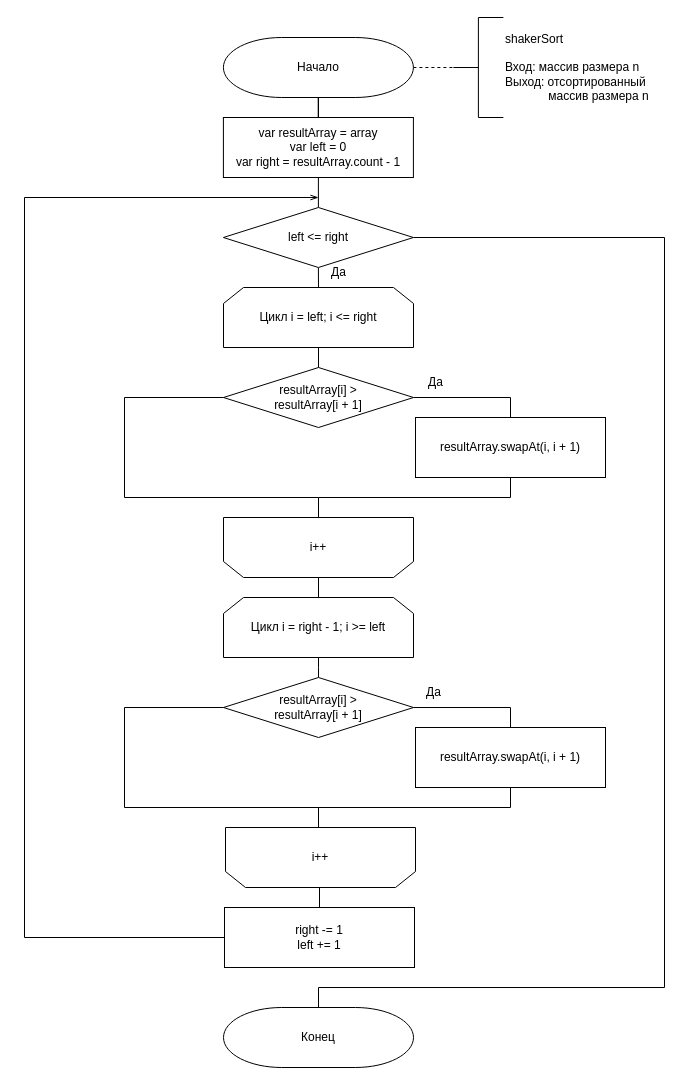
Earlier version of the draw.io diagram page "Shaker" (1 of 4) of lab_03/report/drawio/Sort.drawio (poliorang/aa_bmstu5). Source tidied: cells renumbered, new cells numbered last; positions are measured from the earlier drawing's top-left corner, leaving out a move shared by most shapes. Both pictures are drawn from the tidied source at 100%, with x=0, y=0 at pixel (24, 17).
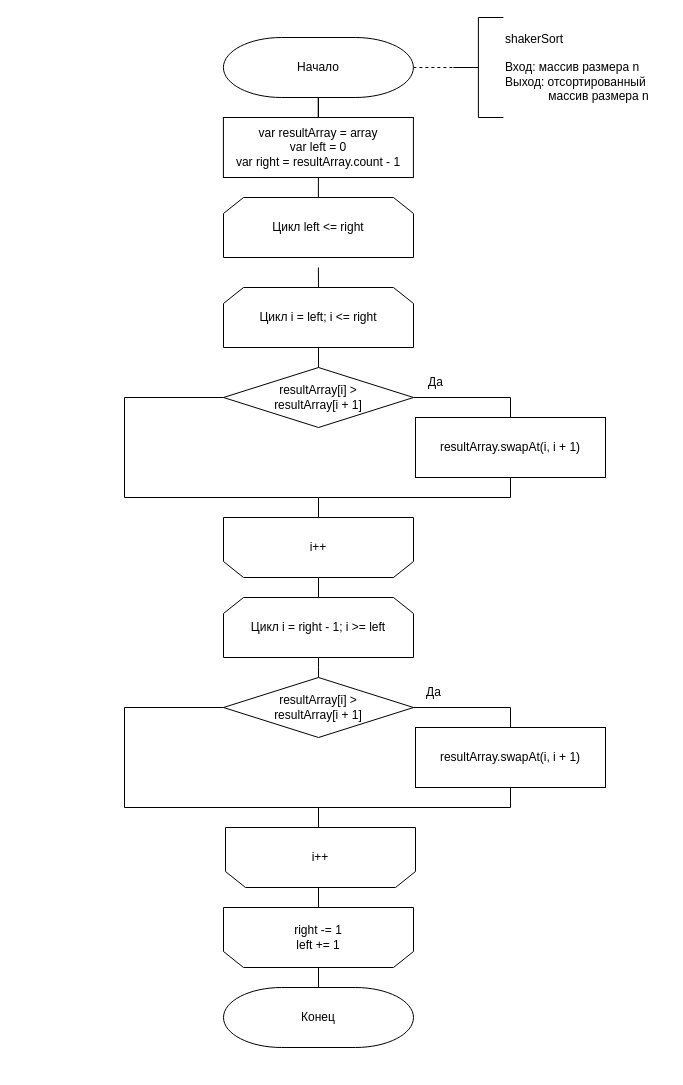
The same diagram, later.

The change refers to these unchanged cells:
```xml
<mxCell id="7" value="Цикл i = left; i &amp;lt;= right" style="shape=loopLimit;whiteSpace=wrap;html=1;strokeWidth=1;" parent="1" vertex="1">
  <mxGeometry x="199" y="270" width="190" height="60" as="geometry" />
</mxCell>
<mxCell id="14" value="&lt;span style=&quot;text-align: left;&quot; class=&quot;s1&quot;&gt;var&lt;/span&gt;&lt;span style=&quot;text-align: left;&quot;&gt;&amp;nbsp;resultArray = array&lt;/span&gt;&lt;br style=&quot;text-align: left;&quot;&gt;&lt;span style=&quot;background-color: initial; text-align: left;&quot; class=&quot;s1&quot;&gt;var&lt;/span&gt;&lt;span style=&quot;background-color: initial; text-align: left;&quot;&gt;&amp;nbsp;left =&amp;nbsp;&lt;/span&gt;&lt;span style=&quot;background-color: initial; text-align: left;&quot; class=&quot;s2&quot;&gt;0&lt;br&gt;&lt;/span&gt;&lt;span style=&quot;background-color: initial; text-align: left;&quot; class=&quot;s1&quot;&gt;var&lt;/span&gt;&lt;span style=&quot;background-color: initial; text-align: left;&quot;&gt;&amp;nbsp;right = resultArray.&lt;/span&gt;&lt;span style=&quot;background-color: initial; text-align: left;&quot; class=&quot;s3&quot;&gt;count&lt;/span&gt;&lt;span style=&quot;background-color: initial; text-align: left;&quot;&gt;&amp;nbsp;-&amp;nbsp;&lt;/span&gt;&lt;span style=&quot;background-color: initial; text-align: left;&quot; class=&quot;s2&quot;&gt;1&lt;/span&gt;" style="rounded=0;whiteSpace=wrap;html=1;strokeWidth=1;align=center;" parent="1" vertex="1">
  <mxGeometry x="198.9" y="100" width="190" height="60" as="geometry" />
</mxCell>
<mxCell id="27" value="i++" style="shape=loopLimit;whiteSpace=wrap;html=1;strokeWidth=1;direction=west;" parent="1" vertex="1">
  <mxGeometry x="201" y="810" width="190" height="60" as="geometry" />
</mxCell>
```

Change to the diagram source:
```diff
@@
     <mxCell id="12" value="Конец" style="strokeWidth=1;html=1;shape=mxgraph.flowchart.terminator;whiteSpace=wrap;" parent="1" vertex="1">
-      <mxGeometry x="199" y="990" width="190" height="60" as="geometry" />
+      <mxGeometry x="199" y="970" width="190" height="60" as="geometry" />
     </mxCell>
-    <mxCell id="13" style="edgeStyle=orthogonalEdgeStyle;rounded=0;jettySize=auto;html=1;exitX=0.5;exitY=1;exitDx=0;exitDy=0;entryX=0.5;entryY=0;entryDx=0;entryDy=0;entryPerimeter=0;endArrow=none;endFill=0;" parent="1" edge="1" source="14" target="17">
-      <mxGeometry relative="1" as="geometry" />
+    <mxCell id="13" style="edgeStyle=orthogonalEdgeStyle;rounded=0;jettySize=auto;html=1;exitX=0.5;exitY=1;exitDx=0;exitDy=0;entryX=0.5;entryY=0;entryDx=0;entryDy=0;entryPerimeter=0;endArrow=none;endFill=0;" parent="1" edge="1" source="14">
+      <mxGeometry relative="1" as="geometry">
+        <mxPoint x="293.9" y="190" as="targetPoint" />
+      </mxGeometry>
     </mxCell>
@@
-    <mxCell id="15" style="edgeStyle=orthogonalEdgeStyle;rounded=0;jettySize=auto;html=1;exitX=0.5;exitY=1;exitDx=0;exitDy=0;exitPerimeter=0;entryX=0.5;entryY=0;entryDx=0;entryDy=0;endArrow=none;endFill=0;" parent="1" edge="1" source="17" target="7">
-      <mxGeometry relative="1" as="geometry" />
+    <mxCell id="15" style="edgeStyle=orthogonalEdgeStyle;rounded=0;jettySize=auto;html=1;exitX=0.5;exitY=1;exitDx=0;exitDy=0;exitPerimeter=0;entryX=0.5;entryY=0;entryDx=0;entryDy=0;endArrow=none;endFill=0;" parent="1" edge="1" target="7">
+      <mxGeometry relative="1" as="geometry">
+        <mxPoint x="293.9" y="250" as="sourcePoint" />
+      </mxGeometry>
     </mxCell>
-    <mxCell id="16" style="edgeStyle=orthogonalEdgeStyle;rounded=0;jettySize=auto;html=1;exitX=1;exitY=0.5;exitDx=0;exitDy=0;exitPerimeter=0;entryX=0.5;entryY=0;entryDx=0;entryDy=0;entryPerimeter=0;endArrow=none;endFill=0;" parent="1" edge="1" source="17" target="12">
-      <mxGeometry relative="1" as="geometry">
-        <Array as="points">
-          <mxPoint x="640" y="220" />
-          <mxPoint x="640" y="970" />
-          <mxPoint x="294" y="970" />
-        </Array>
-      </mxGeometry>
-    </mxCell>
-    <mxCell id="17" value="&lt;span style=&quot;text-align: left;&quot;&gt;left &amp;lt;= right&lt;/span&gt;" style="strokeWidth=1;html=1;shape=mxgraph.flowchart.decision;whiteSpace=wrap;" parent="1" vertex="1">
-      <mxGeometry x="198.9" y="190" width="190" height="60" as="geometry" />
-    </mxCell>
@@
-    <mxCell id="21" value="Да" style="text;html=1;align=center;verticalAlign=middle;strokeColor=none;fillColor=none;" parent="1" vertex="1">
-      <mxGeometry x="294" y="240" width="40" height="30" as="geometry" />
-    </mxCell>
@@
-    <mxCell id="26" style="edgeStyle=orthogonalEdgeStyle;rounded=0;jettySize=auto;html=1;exitX=0.5;exitY=0;exitDx=0;exitDy=0;entryX=0.5;entryY=0;entryDx=0;entryDy=0;endArrow=none;endFill=0;" parent="1" edge="1" source="27" target="32">
+    <mxCell id="26" style="edgeStyle=orthogonalEdgeStyle;rounded=0;jettySize=auto;html=1;exitX=0.5;exitY=0;exitDx=0;exitDy=0;entryX=0.5;entryY=1;entryDx=0;entryDy=0;endArrow=none;endFill=0;" parent="1" edge="1" source="27" target="32">
       <mxGeometry relative="1" as="geometry" />
     </mxCell>
@@
-    <mxCell id="31" style="edgeStyle=orthogonalEdgeStyle;rounded=0;jettySize=auto;html=1;exitX=0;exitY=0.5;exitDx=0;exitDy=0;endArrow=openThin;endFill=0;" parent="1" edge="1" source="32">
-      <mxGeometry relative="1" as="geometry">
-        <mxPoint x="294" y="180" as="targetPoint" />
-        <Array as="points">
-          <mxPoint y="920" />
-          <mxPoint y="180" />
-        </Array>
-      </mxGeometry>
-    </mxCell>
-    <mxCell id="32" value="&lt;span style=&quot;text-align: left;&quot;&gt;right -=&amp;nbsp;&lt;/span&gt;&lt;span style=&quot;text-align: left;&quot; class=&quot;s1&quot;&gt;1&lt;br&gt;left += 1&lt;br&gt;&lt;/span&gt;" style="rounded=0;whiteSpace=wrap;html=1;strokeWidth=1;align=center;" parent="1" vertex="1">
-      <mxGeometry x="200" y="890" width="190" height="60" as="geometry" />
-    </mxCell>
@@
+    <mxCell id="35" value="Цикл left &amp;lt;= right" style="shape=loopLimit;whiteSpace=wrap;html=1;strokeWidth=1;" parent="1" vertex="1">
+      <mxGeometry x="199" y="180" width="190" height="60" as="geometry" />
+    </mxCell>
+    <mxCell id="36" style="edgeStyle=orthogonalEdgeStyle;rounded=0;jettySize=auto;html=1;exitX=0.5;exitY=0;exitDx=0;exitDy=0;entryX=0.5;entryY=0;entryDx=0;entryDy=0;entryPerimeter=0;endArrow=none;endFill=0;" parent="1" edge="1" source="32" target="12">
+      <mxGeometry relative="1" as="geometry" />
+    </mxCell>
+    <mxCell id="32" value="&lt;span style=&quot;text-align: left;&quot;&gt;right -=&amp;nbsp;&lt;/span&gt;&lt;span style=&quot;text-align: left;&quot; class=&quot;s1&quot;&gt;1&lt;br&gt;left += 1&lt;/span&gt;" style="shape=loopLimit;whiteSpace=wrap;html=1;strokeWidth=1;direction=west;" parent="1" vertex="1">
+      <mxGeometry x="199" y="890" width="190" height="60" as="geometry" />
+    </mxCell>
```
